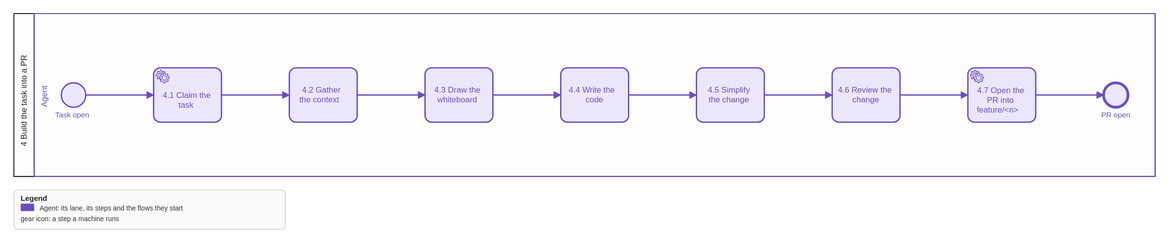
The BPMN diagram openspec/changes/feature-flow/models/consume-task.svg in qsmark-labs/qsm-marketplace, before a commit. Its source is kept beside it as openspec/changes/feature-flow/models/consume-task.bpmn. Ids are renumbered. Its diagram source:
```xml
<bpmn:definitions xmlns:bioc="http://bpmn.io/schema/bpmn/biocolor/1.0" xmlns:color="http://www.omg.org/spec/BPMN/non-normative/color/1.0" xmlns:bpmn="http://www.omg.org/spec/BPMN/20100524/MODEL" xmlns:bpmndi="http://www.omg.org/spec/BPMN/20100524/DI" xmlns:dc="http://www.omg.org/spec/DD/20100524/DC" xmlns:di="http://www.omg.org/spec/DD/20100524/DI" id="consume_task_defs" targetNamespace="https://github.com/qsmark-labs/qsm-marketplace">
  <bpmn:collaboration id="consume_task_collab">
    <bpmn:participant id="consume_task_pool" name="4 Build the task into a PR" processRef="consume_task_process" />
  </bpmn:collaboration>
  <bpmn:process id="consume_task_process" name="4 Build the task into a PR" isExecutable="false">
    <bpmn:laneSet id="laneset">
      <bpmn:lane id="lane_0" name="Agent">
        <bpmn:flowNodeRef>open</bpmn:flowNodeRef>
        <bpmn:flowNodeRef>claim</bpmn:flowNodeRef>
        <bpmn:flowNodeRef>context</bpmn:flowNodeRef>
        <bpmn:flowNodeRef>board</bpmn:flowNodeRef>
        <bpmn:flowNodeRef>code</bpmn:flowNodeRef>
        <bpmn:flowNodeRef>simplify</bpmn:flowNodeRef>
        <bpmn:flowNodeRef>self</bpmn:flowNodeRef>
        <bpmn:flowNodeRef>pr</bpmn:flowNodeRef>
        <bpmn:flowNodeRef>opened</bpmn:flowNodeRef>
      </bpmn:lane>
    </bpmn:laneSet>
    <bpmn:startEvent id="open" name="Task open">
      <bpmn:outgoing>f_open_claim</bpmn:outgoing>
    </bpmn:startEvent>
    <bpmn:serviceTask id="claim" name="4.1 Claim the task">
      <bpmn:incoming>f_open_claim</bpmn:incoming>
      <bpmn:outgoing>f_claim_context</bpmn:outgoing>
    </bpmn:serviceTask>
    <bpmn:task id="context" name="4.2 Gather the context">
      <bpmn:incoming>f_claim_context</bpmn:incoming>
      <bpmn:outgoing>f_context_board</bpmn:outgoing>
    </bpmn:task>
    <bpmn:task id="board" name="4.3 Draw the whiteboard">
      <bpmn:incoming>f_context_board</bpmn:incoming>
      <bpmn:outgoing>f_board_code</bpmn:outgoing>
    </bpmn:task>
    <bpmn:task id="code" name="4.4 Write the code">
      <bpmn:incoming>f_board_code</bpmn:incoming>
      <bpmn:outgoing>f_code_simplify</bpmn:outgoing>
    </bpmn:task>
    <bpmn:task id="simplify" name="4.5 Simplify the change">
      <bpmn:incoming>f_code_simplify</bpmn:incoming>
      <bpmn:outgoing>f_simplify_self</bpmn:outgoing>
    </bpmn:task>
    <bpmn:task id="self" name="4.6 Review the change">
      <bpmn:incoming>f_simplify_self</bpmn:incoming>
      <bpmn:outgoing>f_self_pr</bpmn:outgoing>
    </bpmn:task>
    <bpmn:serviceTask id="pr" name="4.7 Open the PR into feature/&#60;n&#62;">
      <bpmn:incoming>f_self_pr</bpmn:incoming>
      <bpmn:outgoing>f_pr_opened</bpmn:outgoing>
    </bpmn:serviceTask>
    <bpmn:endEvent id="opened" name="PR open">
      <bpmn:incoming>f_pr_opened</bpmn:incoming>
    </bpmn:endEvent>
    <bpmn:sequenceFlow id="f_open_claim" sourceRef="open" targetRef="claim" />
    <bpmn:sequenceFlow id="f_claim_context" sourceRef="claim" targetRef="context" />
    <bpmn:sequenceFlow id="f_context_board" sourceRef="context" targetRef="board" />
    <bpmn:sequenceFlow id="f_board_code" sourceRef="board" targetRef="code" />
    <bpmn:sequenceFlow id="f_code_simplify" sourceRef="code" targetRef="simplify" />
    <bpmn:sequenceFlow id="f_simplify_self" sourceRef="simplify" targetRef="self" />
    <bpmn:sequenceFlow id="f_self_pr" sourceRef="self" targetRef="pr" />
    <bpmn:sequenceFlow id="f_pr_opened" sourceRef="pr" targetRef="opened" />
  </bpmn:process>
  <bpmndi:BPMNDiagram id="BPMNDiagram_consume_task_collab">
    <bpmndi:BPMNPlane id="BPMNPlane_consume_task_collab" bpmnElement="consume_task_collab">
      <bpmndi:BPMNShape id="BPMNShape_consume_task_pool" bpmnElement="consume_task_pool" isHorizontal="true">
        <dc:Bounds x="80" y="80" width="1682" height="240" />
      </bpmndi:BPMNShape>
      <bpmndi:BPMNShape id="BPMNShape_lane_0" bpmnElement="lane_0" bioc:stroke="#6b4fbb" bioc:fill="#f8f6fd" color:border-color="#6b4fbb" color:background-color="#f8f6fd" isHorizontal="true">
        <dc:Bounds x="110" y="80" width="1652" height="240" />
      </bpmndi:BPMNShape>
      <bpmndi:BPMNShape id="BPMNShape_open" bpmnElement="open" bioc:stroke="#6b4fbb" bioc:fill="#ebe5fa" color:border-color="#6b4fbb" color:background-color="#ebe5fa">
        <dc:Bounds x="150" y="182" width="36" height="36" />
        <bpmndi:BPMNLabel>
          <dc:Bounds x="135" y="223" width="66" height="14" />
        </bpmndi:BPMNLabel>
      </bpmndi:BPMNShape>
      <bpmndi:BPMNShape id="BPMNShape_claim" bpmnElement="claim" bioc:stroke="#6b4fbb" bioc:fill="#ebe5fa" color:border-color="#6b4fbb" color:background-color="#ebe5fa">
        <dc:Bounds x="286" y="160" width="100" height="80" />
      </bpmndi:BPMNShape>
      <bpmndi:BPMNShape id="BPMNShape_context" bpmnElement="context" bioc:stroke="#6b4fbb" bioc:fill="#ebe5fa" color:border-color="#6b4fbb" color:background-color="#ebe5fa">
        <dc:Bounds x="486" y="160" width="100" height="80" />
      </bpmndi:BPMNShape>
      <bpmndi:BPMNShape id="BPMNShape_board" bpmnElement="board" bioc:stroke="#6b4fbb" bioc:fill="#ebe5fa" color:border-color="#6b4fbb" color:background-color="#ebe5fa">
        <dc:Bounds x="686" y="160" width="100" height="80" />
      </bpmndi:BPMNShape>
      <bpmndi:BPMNShape id="BPMNShape_code" bpmnElement="code" bioc:stroke="#6b4fbb" bioc:fill="#ebe5fa" color:border-color="#6b4fbb" color:background-color="#ebe5fa">
        <dc:Bounds x="886" y="160" width="100" height="80" />
      </bpmndi:BPMNShape>
      <bpmndi:BPMNShape id="BPMNShape_simplify" bpmnElement="simplify" bioc:stroke="#6b4fbb" bioc:fill="#ebe5fa" color:border-color="#6b4fbb" color:background-color="#ebe5fa">
        <dc:Bounds x="1086" y="160" width="100" height="80" />
      </bpmndi:BPMNShape>
      <bpmndi:BPMNShape id="BPMNShape_self" bpmnElement="self" bioc:stroke="#6b4fbb" bioc:fill="#ebe5fa" color:border-color="#6b4fbb" color:background-color="#ebe5fa">
        <dc:Bounds x="1286" y="160" width="100" height="80" />
      </bpmndi:BPMNShape>
      <bpmndi:BPMNShape id="BPMNShape_pr" bpmnElement="pr" bioc:stroke="#6b4fbb" bioc:fill="#ebe5fa" color:border-color="#6b4fbb" color:background-color="#ebe5fa">
        <dc:Bounds x="1486" y="160" width="100" height="80" />
      </bpmndi:BPMNShape>
      <bpmndi:BPMNShape id="BPMNShape_opened" bpmnElement="opened" bioc:stroke="#6b4fbb" bioc:fill="#ebe5fa" color:border-color="#6b4fbb" color:background-color="#ebe5fa">
        <dc:Bounds x="1686" y="182" width="36" height="36" />
        <bpmndi:BPMNLabel>
          <dc:Bounds x="1677" y="223" width="54" height="14" />
        </bpmndi:BPMNLabel>
      </bpmndi:BPMNShape>
      <bpmndi:BPMNEdge id="BPMNEdge_f_open_claim" bpmnElement="f_open_claim" bioc:stroke="#6b4fbb" color:border-color="#6b4fbb">
        <di:waypoint x="186" y="200" />
        <di:waypoint x="286" y="200" />
      </bpmndi:BPMNEdge>
      <bpmndi:BPMNEdge id="BPMNEdge_f_claim_context" bpmnElement="f_claim_context" bioc:stroke="#6b4fbb" color:border-color="#6b4fbb">
        <di:waypoint x="386" y="200" />
        <di:waypoint x="486" y="200" />
      </bpmndi:BPMNEdge>
      <bpmndi:BPMNEdge id="BPMNEdge_f_context_board" bpmnElement="f_context_board" bioc:stroke="#6b4fbb" color:border-color="#6b4fbb">
        <di:waypoint x="586" y="200" />
        <di:waypoint x="686" y="200" />
      </bpmndi:BPMNEdge>
      <bpmndi:BPMNEdge id="BPMNEdge_f_board_code" bpmnElement="f_board_code" bioc:stroke="#6b4fbb" color:border-color="#6b4fbb">
        <di:waypoint x="786" y="200" />
        <di:waypoint x="886" y="200" />
      </bpmndi:BPMNEdge>
      <bpmndi:BPMNEdge id="BPMNEdge_f_code_simplify" bpmnElement="f_code_simplify" bioc:stroke="#6b4fbb" color:border-color="#6b4fbb">
        <di:waypoint x="986" y="200" />
        <di:waypoint x="1086" y="200" />
      </bpmndi:BPMNEdge>
      <bpmndi:BPMNEdge id="BPMNEdge_f_simplify_self" bpmnElement="f_simplify_self" bioc:stroke="#6b4fbb" color:border-color="#6b4fbb">
        <di:waypoint x="1186" y="200" />
        <di:waypoint x="1286" y="200" />
      </bpmndi:BPMNEdge>
      <bpmndi:BPMNEdge id="BPMNEdge_f_self_pr" bpmnElement="f_self_pr" bioc:stroke="#6b4fbb" color:border-color="#6b4fbb">
        <di:waypoint x="1386" y="200" />
        <di:waypoint x="1486" y="200" />
      </bpmndi:BPMNEdge>
      <bpmndi:BPMNEdge id="BPMNEdge_f_pr_opened" bpmnElement="f_pr_opened" bioc:stroke="#6b4fbb" color:border-color="#6b4fbb">
        <di:waypoint x="1586" y="200" />
        <di:waypoint x="1686" y="200" />
      </bpmndi:BPMNEdge>
    </bpmndi:BPMNPlane>
  </bpmndi:BPMNDiagram>
</bpmn:definitions>
```
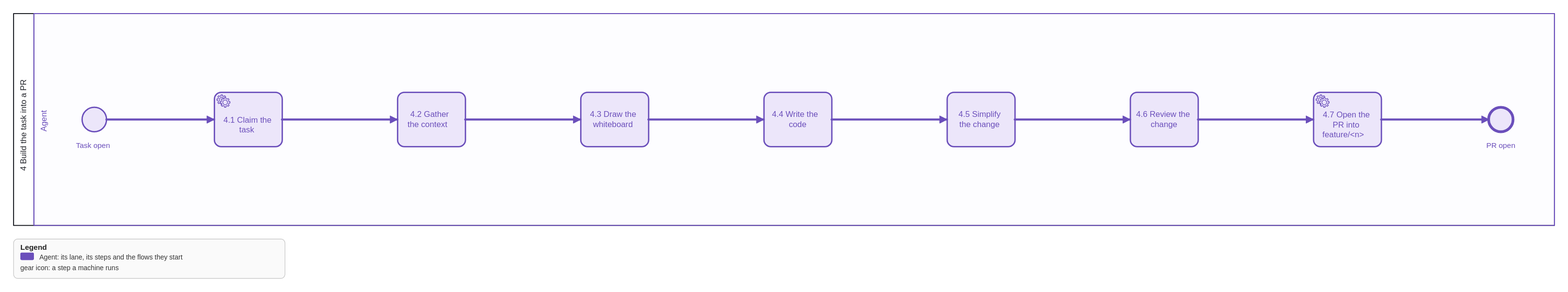
Later version of the same file.

The edit, as a diff of the source:
```diff
@@ -62,76 +62,52 @@
   <bpmndi:BPMNDiagram id="BPMNDiagram_consume_task_collab">
     <bpmndi:BPMNPlane id="BPMNPlane_consume_task_collab" bpmnElement="consume_task_collab">
       <bpmndi:BPMNShape id="BPMNShape_consume_task_pool" bpmnElement="consume_task_pool" isHorizontal="true">
-        <dc:Bounds x="80" y="80" width="1682" height="240" />
+        <dc:Bounds x="80" y="80" width="2270.7000000000003" height="312" />
       </bpmndi:BPMNShape>
       <bpmndi:BPMNShape id="BPMNShape_lane_0" bpmnElement="lane_0" bioc:stroke="#6b4fbb" bioc:fill="#f8f6fd" color:border-color="#6b4fbb" color:background-color="#f8f6fd" isHorizontal="true">
-        <dc:Bounds x="110" y="80" width="1652" height="240" />
+        <dc:Bounds x="110" y="80" width="2240.7000000000003" height="312" />
       </bpmndi:BPMNShape>
       <bpmndi:BPMNShape id="BPMNShape_open" bpmnElement="open" bioc:stroke="#6b4fbb" bioc:fill="#ebe5fa" color:border-color="#6b4fbb" color:background-color="#ebe5fa">
-        <dc:Bounds x="150" y="182" width="36" height="36" />
+        <dc:Bounds x="180.8" y="218" width="36" height="36" />
         <bpmndi:BPMNLabel>
-          <dc:Bounds x="135" y="223" width="66" height="14" />
+          <dc:Bounds x="165.8" y="268" width="66" height="14" />
         </bpmndi:BPMNLabel>
       </bpmndi:BPMNShape>
       <bpmndi:BPMNShape id="BPMNShape_claim" bpmnElement="claim" bioc:stroke="#6b4fbb" bioc:fill="#ebe5fa" color:border-color="#6b4fbb" color:background-color="#ebe5fa">
-        <dc:Bounds x="286" y="160" width="100" height="80" />
+        <dc:Bounds x="375.6" y="196" width="100" height="80" />
       </bpmndi:BPMNShape>
       <bpmndi:BPMNShape id="BPMNShape_context" bpmnElement="context" bioc:stroke="#6b4fbb" bioc:fill="#ebe5fa" color:border-color="#6b4fbb" color:background-color="#ebe5fa">
-        <dc:Bounds x="486" y="160" width="100" height="80" />
+        <dc:Bounds x="645.6" y="196" width="100" height="80" />
       </bpmndi:BPMNShape>
       <bpmndi:BPMNShape id="BPMNShape_board" bpmnElement="board" bioc:stroke="#6b4fbb" bioc:fill="#ebe5fa" color:border-color="#6b4fbb" color:background-color="#ebe5fa">
-        <dc:Bounds x="686" y="160" width="100" height="80" />
+        <dc:Bounds x="915.6" y="196" width="100" height="80" />
       </bpmndi:BPMNShape>
       <bpmndi:BPMNShape id="BPMNShape_code" bpmnElement="code" bioc:stroke="#6b4fbb" bioc:fill="#ebe5fa" color:border-color="#6b4fbb" color:background-color="#ebe5fa">
-        <dc:Bounds x="886" y="160" width="100" height="80" />
+        <dc:Bounds x="1185.6000000000001" y="196" width="100" height="80" />
       </bpmndi:BPMNShape>
       <bpmndi:BPMNShape id="BPMNShape_simplify" bpmnElement="simplify" bioc:stroke="#6b4fbb" bioc:fill="#ebe5fa" color:border-color="#6b4fbb" color:background-color="#ebe5fa">
-        <dc:Bounds x="1086" y="160" width="100" height="80" />
+        <dc:Bounds x="1455.6000000000001" y="196" width="100" height="80" />
       </bpmndi:BPMNShape>
       <bpmndi:BPMNShape id="BPMNShape_self" bpmnElement="self" bioc:stroke="#6b4fbb" bioc:fill="#ebe5fa" color:border-color="#6b4fbb" color:background-color="#ebe5fa">
-        <dc:Bounds x="1286" y="160" width="100" height="80" />
+        <dc:Bounds x="1725.6000000000001" y="196" width="100" height="80" />
       </bpmndi:BPMNShape>
       <bpmndi:BPMNShape id="BPMNShape_pr" bpmnElement="pr" bioc:stroke="#6b4fbb" bioc:fill="#ebe5fa" color:border-color="#6b4fbb" color:background-color="#ebe5fa">
-        <dc:Bounds x="1486" y="160" width="100" height="80" />
+        <dc:Bounds x="1995.6000000000001" y="196" width="100" height="80" />
       </bpmndi:BPMNShape>
       <bpmndi:BPMNShape id="BPMNShape_opened" bpmnElement="opened" bioc:stroke="#6b4fbb" bioc:fill="#ebe5fa" color:border-color="#6b4fbb" color:background-color="#ebe5fa">
-        <dc:Bounds x="1686" y="182" width="36" height="36" />
+        <dc:Bounds x="2254.4" y="218" width="36" height="36" />
         <bpmndi:BPMNLabel>
-          <dc:Bounds x="1677" y="223" width="54" height="14" />
+          <dc:Bounds x="2245.4" y="268" width="54" height="14" />
         </bpmndi:BPMNLabel>
       </bpmndi:BPMNShape>
-      <bpmndi:BPMNEdge id="BPMNEdge_f_open_claim" bpmnElement="f_open_claim" bioc:stroke="#6b4fbb" color:border-color="#6b4fbb">
-        <di:waypoint x="186" y="200" />
-        <di:waypoint x="286" y="200" />
-      </bpmndi:BPMNEdge>
-      <bpmndi:BPMNEdge id="BPMNEdge_f_claim_context" bpmnElement="f_claim_context" bioc:stroke="#6b4fbb" color:border-color="#6b4fbb">
-        <di:waypoint x="386" y="200" />
-        <di:waypoint x="486" y="200" />
-      </bpmndi:BPMNEdge>
-      <bpmndi:BPMNEdge id="BPMNEdge_f_context_board" bpmnElement="f_context_board" bioc:stroke="#6b4fbb" color:border-color="#6b4fbb">
-        <di:waypoint x="586" y="200" />
-        <di:waypoint x="686" y="200" />
-      </bpmndi:BPMNEdge>
-      <bpmndi:BPMNEdge id="BPMNEdge_f_board_code" bpmnElement="f_board_code" bioc:stroke="#6b4fbb" color:border-color="#6b4fbb">
-        <di:waypoint x="786" y="200" />
-        <di:waypoint x="886" y="200" />
-      </bpmndi:BPMNEdge>
-      <bpmndi:BPMNEdge id="BPMNEdge_f_code_simplify" bpmnElement="f_code_simplify" bioc:stroke="#6b4fbb" color:border-color="#6b4fbb">
-        <di:waypoint x="986" y="200" />
-        <di:waypoint x="1086" y="200" />
-      </bpmndi:BPMNEdge>
-      <bpmndi:BPMNEdge id="BPMNEdge_f_simplify_self" bpmnElement="f_simplify_self" bioc:stroke="#6b4fbb" color:border-color="#6b4fbb">
-        <di:waypoint x="1186" y="200" />
-        <di:waypoint x="1286" y="200" />
-      </bpmndi:BPMNEdge>
-      <bpmndi:BPMNEdge id="BPMNEdge_f_self_pr" bpmnElement="f_self_pr" bioc:stroke="#6b4fbb" color:border-color="#6b4fbb">
-        <di:waypoint x="1386" y="200" />
-        <di:waypoint x="1486" y="200" />
-      </bpmndi:BPMNEdge>
-      <bpmndi:BPMNEdge id="BPMNEdge_f_pr_opened" bpmnElement="f_pr_opened" bioc:stroke="#6b4fbb" color:border-color="#6b4fbb">
-        <di:waypoint x="1586" y="200" />
-        <di:waypoint x="1686" y="200" />
-      </bpmndi:BPMNEdge>
+      <bpmndi:BPMNEdge id="BPMNEdge_f_open_claim" bpmnElement="f_open_claim" bioc:stroke="#6b4fbb" color:border-color="#6b4fbb"><di:waypoint x="216.8" y="236" /><di:waypoint x="375.6" y="236" /></bpmndi:BPMNEdge>
+      <bpmndi:BPMNEdge id="BPMNEdge_f_claim_context" bpmnElement="f_claim_context" bioc:stroke="#6b4fbb" color:border-color="#6b4fbb"><di:waypoint x="475.6" y="236" /><di:waypoint x="645.6" y="236" /></bpmndi:BPMNEdge>
+      <bpmndi:BPMNEdge id="BPMNEdge_f_context_board" bpmnElement="f_context_board" bioc:stroke="#6b4fbb" color:border-color="#6b4fbb"><di:waypoint x="745.6" y="236" /><di:waypoint x="915.6" y="236" /></bpmndi:BPMNEdge>
+      <bpmndi:BPMNEdge id="BPMNEdge_f_board_code" bpmnElement="f_board_code" bioc:stroke="#6b4fbb" color:border-color="#6b4fbb"><di:waypoint x="1015.6" y="236" /><di:waypoint x="1185.6000000000001" y="236" /></bpmndi:BPMNEdge>
+      <bpmndi:BPMNEdge id="BPMNEdge_f_code_simplify" bpmnElement="f_code_simplify" bioc:stroke="#6b4fbb" color:border-color="#6b4fbb"><di:waypoint x="1285.6000000000001" y="236" /><di:waypoint x="1455.6000000000001" y="236" /></bpmndi:BPMNEdge>
+      <bpmndi:BPMNEdge id="BPMNEdge_f_simplify_self" bpmnElement="f_simplify_self" bioc:stroke="#6b4fbb" color:border-color="#6b4fbb"><di:waypoint x="1555.6000000000001" y="236" /><di:waypoint x="1725.6000000000001" y="236" /></bpmndi:BPMNEdge>
+      <bpmndi:BPMNEdge id="BPMNEdge_f_self_pr" bpmnElement="f_self_pr" bioc:stroke="#6b4fbb" color:border-color="#6b4fbb"><di:waypoint x="1825.6000000000001" y="236" /><di:waypoint x="1995.6000000000001" y="236" /></bpmndi:BPMNEdge>
+      <bpmndi:BPMNEdge id="BPMNEdge_f_pr_opened" bpmnElement="f_pr_opened" bioc:stroke="#6b4fbb" color:border-color="#6b4fbb"><di:waypoint x="2095.6000000000004" y="236" /><di:waypoint x="2254.4" y="236" /></bpmndi:BPMNEdge>
     </bpmndi:BPMNPlane>
   </bpmndi:BPMNDiagram>
 </bpmn:definitions>
```
